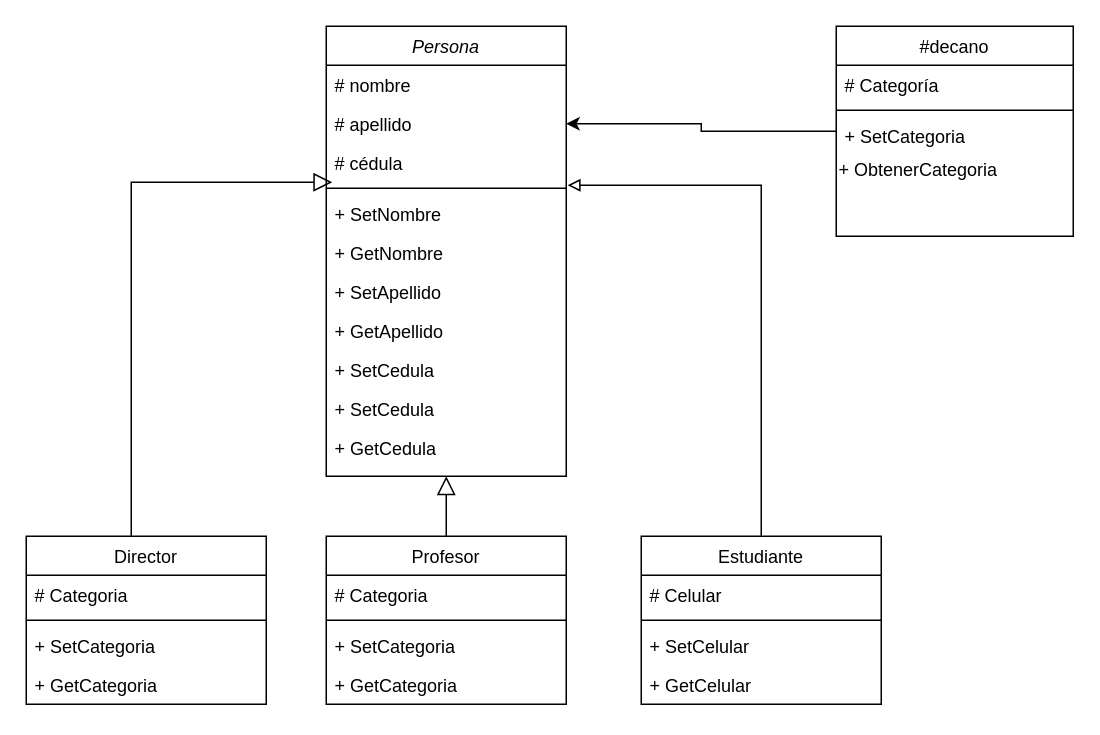
Earlier version of the draw.io diagram Untitled Diagram.drawio (jeissonj/mision_tic_2022). Source tidied: cells renumbered, new cells numbered last; positions are measured from the earlier drawing's top-left corner, leaving out a move shared by most shapes. Both pictures are drawn from the tidied source at 150%, with x=0, y=0 at pixel (26, 26).
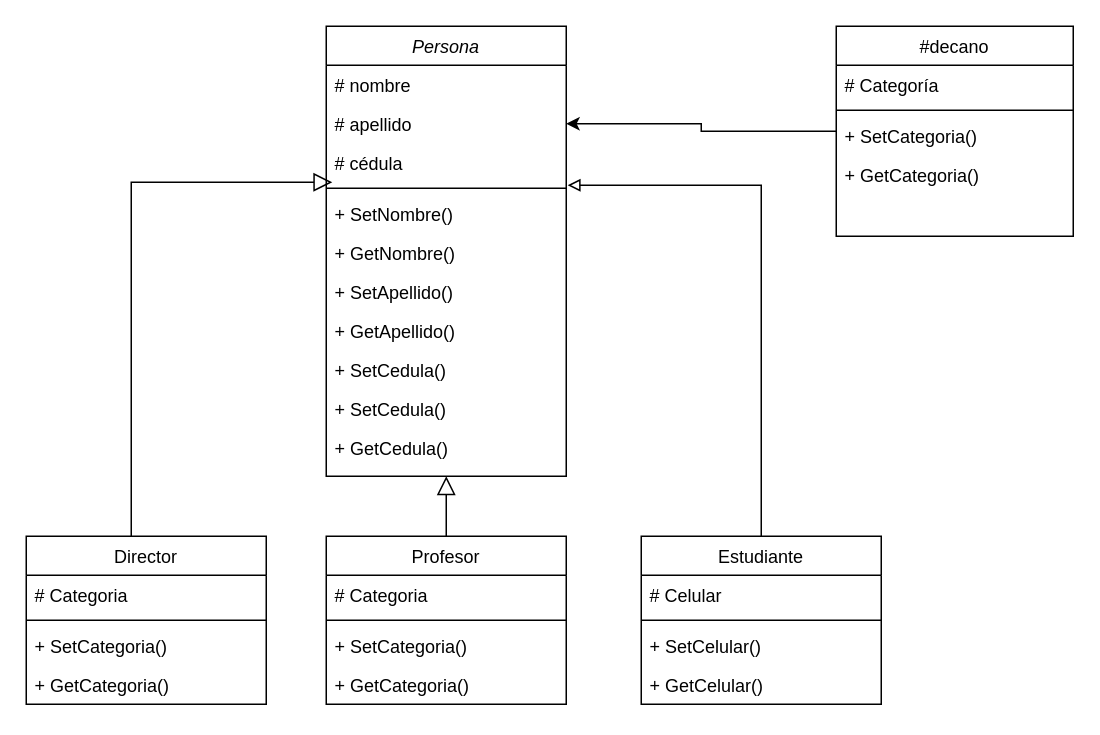
The same page after the edit.

The change refers to these unchanged cells:
```xml
<mxCell id="2" value="Persona" style="swimlane;fontStyle=2;align=center;verticalAlign=top;horizontal=1;startSize=26;rounded=0;shadow=0;strokeWidth=1;" parent="1" vertex="1">
  <mxGeometry x="200" width="160" height="300" as="geometry" />
</mxCell>
<mxCell id="14" value="Director" style="swimlane;fontStyle=0;align=center;verticalAlign=top;horizontal=1;startSize=26;rounded=0;shadow=0;strokeWidth=1;" parent="1" vertex="1">
  <mxGeometry y="340" width="160" height="112" as="geometry" />
</mxCell>
<mxCell id="20" value="Profesor" style="swimlane;fontStyle=0;align=center;verticalAlign=top;horizontal=1;startSize=26;rounded=0;shadow=0;strokeWidth=1;" parent="1" vertex="1">
  <mxGeometry x="200" y="340" width="160" height="112" as="geometry" />
</mxCell>
<mxCell id="27" value="#decano" style="swimlane;fontStyle=0;align=center;verticalAlign=top;horizontal=1;startSize=26;rounded=0;shadow=0;strokeWidth=1;" parent="1" vertex="1">
  <mxGeometry x="540" width="158" height="140" as="geometry" />
</mxCell>
<mxCell id="33" value="Estudiante" style="swimlane;fontStyle=0;align=center;verticalAlign=top;horizontal=1;startSize=26;" parent="1" vertex="1">
  <mxGeometry x="410" y="340" width="160" height="112" as="geometry" />
</mxCell>
```

The edit, as a diff of the source:
```diff
@@
-    <mxCell id="7" value="+ SetNombre&#10;&#10;&#10;" style="text;strokeColor=none;fillColor=none;align=left;verticalAlign=top;spacingLeft=4;spacingRight=4;overflow=hidden;" parent="2" vertex="1">
+    <mxCell id="7" value="+ SetNombre()&#10;&#10;&#10;" style="text;strokeColor=none;fillColor=none;align=left;verticalAlign=top;spacingLeft=4;spacingRight=4;overflow=hidden;" parent="2" vertex="1">
       <mxGeometry y="112" width="160" height="26" as="geometry" />
     </mxCell>
-    <mxCell id="8" value="+ GetNombre    " style="text;strokeColor=none;fillColor=none;align=left;verticalAlign=top;spacingLeft=4;spacingRight=4;overflow=hidden;" parent="2" vertex="1">
+    <mxCell id="8" value="+ GetNombre()" style="text;strokeColor=none;fillColor=none;align=left;verticalAlign=top;spacingLeft=4;spacingRight=4;overflow=hidden;" parent="2" vertex="1">
       <mxGeometry y="138" width="160" height="26" as="geometry" />
     </mxCell>
-    <mxCell id="9" value="+ SetApellido" style="text;strokeColor=none;fillColor=none;align=left;verticalAlign=top;spacingLeft=4;spacingRight=4;overflow=hidden;" parent="2" vertex="1">
+    <mxCell id="9" value="+ SetApellido()" style="text;strokeColor=none;fillColor=none;align=left;verticalAlign=top;spacingLeft=4;spacingRight=4;overflow=hidden;" parent="2" vertex="1">
       <mxGeometry y="164" width="160" height="26" as="geometry" />
     </mxCell>
-    <mxCell id="10" value="+ GetApellido" style="text;strokeColor=none;fillColor=none;align=left;verticalAlign=top;spacingLeft=4;spacingRight=4;overflow=hidden;" parent="2" vertex="1">
+    <mxCell id="10" value="+ GetApellido()" style="text;strokeColor=none;fillColor=none;align=left;verticalAlign=top;spacingLeft=4;spacingRight=4;overflow=hidden;" parent="2" vertex="1">
       <mxGeometry y="190" width="160" height="26" as="geometry" />
     </mxCell>
-    <mxCell id="11" value="+ SetCedula" style="text;strokeColor=none;fillColor=none;align=left;verticalAlign=top;spacingLeft=4;spacingRight=4;overflow=hidden;" parent="2" vertex="1">
+    <mxCell id="11" value="+ SetCedula()" style="text;strokeColor=none;fillColor=none;align=left;verticalAlign=top;spacingLeft=4;spacingRight=4;overflow=hidden;" parent="2" vertex="1">
       <mxGeometry y="216" width="160" height="26" as="geometry" />
     </mxCell>
-    <mxCell id="12" value="+ SetCedula" style="text;strokeColor=none;fillColor=none;align=left;verticalAlign=top;spacingLeft=4;spacingRight=4;overflow=hidden;" parent="2" vertex="1">
+    <mxCell id="12" value="+ SetCedula()" style="text;strokeColor=none;fillColor=none;align=left;verticalAlign=top;spacingLeft=4;spacingRight=4;overflow=hidden;" parent="2" vertex="1">
       <mxGeometry y="242" width="160" height="26" as="geometry" />
     </mxCell>
-    <mxCell id="13" value="+ GetCedula" style="text;align=left;verticalAlign=top;spacingLeft=4;spacingRight=4;overflow=hidden;" parent="2" vertex="1">
+    <mxCell id="13" value="+ GetCedula()" style="text;align=left;verticalAlign=top;spacingLeft=4;spacingRight=4;overflow=hidden;" parent="2" vertex="1">
       <mxGeometry y="268" width="160" height="32" as="geometry" />
     </mxCell>
@@
-    <mxCell id="17" value="+ SetCategoria" style="text;align=left;verticalAlign=top;spacingLeft=4;spacingRight=4;overflow=hidden;fontStyle=0;" parent="14" vertex="1">
+    <mxCell id="17" value="+ SetCategoria()" style="text;align=left;verticalAlign=top;spacingLeft=4;spacingRight=4;overflow=hidden;fontStyle=0;" parent="14" vertex="1">
       <mxGeometry y="60" width="160" height="26" as="geometry" />
     </mxCell>
-    <mxCell id="18" value="+ GetCategoria" style="text;align=left;verticalAlign=top;spacingLeft=4;spacingRight=4;overflow=hidden;" parent="14" vertex="1">
+    <mxCell id="18" value="+ GetCategoria()" style="text;align=left;verticalAlign=top;spacingLeft=4;spacingRight=4;overflow=hidden;" parent="14" vertex="1">
       <mxGeometry y="86" width="160" height="26" as="geometry" />
     </mxCell>
@@
-    <mxCell id="23" value="+ SetCategoria" style="text;strokeColor=none;fillColor=none;align=left;verticalAlign=top;spacingLeft=4;spacingRight=4;overflow=hidden;" parent="20" vertex="1">
+    <mxCell id="23" value="+ SetCategoria()" style="text;strokeColor=none;fillColor=none;align=left;verticalAlign=top;spacingLeft=4;spacingRight=4;overflow=hidden;" parent="20" vertex="1">
       <mxGeometry y="60" width="160" height="26" as="geometry" />
     </mxCell>
-    <mxCell id="24" value="+ GetCategoria" style="text;strokeColor=none;fillColor=none;align=left;verticalAlign=top;spacingLeft=4;spacingRight=4;overflow=hidden;" parent="20" vertex="1">
+    <mxCell id="24" value="+ GetCategoria()" style="text;strokeColor=none;fillColor=none;align=left;verticalAlign=top;spacingLeft=4;spacingRight=4;overflow=hidden;" parent="20" vertex="1">
       <mxGeometry y="86" width="160" height="26" as="geometry" />
     </mxCell>
@@
-    <mxCell id="30" value="+ SetCategoria" style="text;align=left;verticalAlign=top;spacingLeft=4;spacingRight=4;overflow=hidden;" parent="27" vertex="1">
+    <mxCell id="30" value="+ SetCategoria()" style="text;align=left;verticalAlign=top;spacingLeft=4;spacingRight=4;overflow=hidden;" parent="27" vertex="1">
       <mxGeometry y="60" width="158" height="26" as="geometry" />
     </mxCell>
-    <mxCell id="31" value="+ ObtenerCategoria" style="text;html=1;align=left;verticalAlign=middle;strokeColor=none;" parent="27" vertex="1">
-      <mxGeometry y="86" width="158" height="20" as="geometry" />
-    </mxCell>
@@
-    <mxCell id="36" value="+ SetCelular" style="text;strokeColor=none;fillColor=none;align=left;verticalAlign=top;spacingLeft=4;spacingRight=4;overflow=hidden;" parent="33" vertex="1">
+    <mxCell id="36" value="+ SetCelular()" style="text;strokeColor=none;fillColor=none;align=left;verticalAlign=top;spacingLeft=4;spacingRight=4;overflow=hidden;" parent="33" vertex="1">
       <mxGeometry y="60" width="160" height="26" as="geometry" />
     </mxCell>
-    <mxCell id="37" value="+ GetCelular" style="text;strokeColor=none;fillColor=none;align=left;verticalAlign=top;spacingLeft=4;spacingRight=4;overflow=hidden;" parent="33" vertex="1">
+    <mxCell id="37" value="+ GetCelular()" style="text;strokeColor=none;fillColor=none;align=left;verticalAlign=top;spacingLeft=4;spacingRight=4;overflow=hidden;" parent="33" vertex="1">
       <mxGeometry y="86" width="160" height="26" as="geometry" />
     </mxCell>
+    <mxCell id="38" value="+ GetCategoria()" style="text;strokeColor=none;fillColor=none;align=left;verticalAlign=top;spacingLeft=4;spacingRight=4;overflow=hidden;fontColor=#000000;" parent="1" vertex="1">
+      <mxGeometry x="540" y="86" width="100" height="26" as="geometry" />
+    </mxCell>
```
